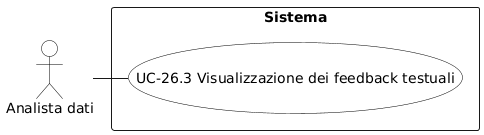
Above: RTB/Analisi dei Requisiti/diagrammi_use_case/UC-26.3.png in aLittleByte-19/Documentazione (PlantUML), before the change.
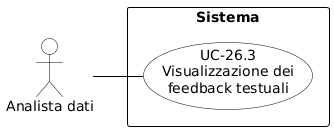
The same diagram one commit later.

Diff of the diagram source:
```diff
@@ -1,20 +1,29 @@
 @startuml
-skinparam backgroundColor white
+skinparam shadowing false
+skinparam defaultFontName Arial
+left to right direction
+skinparam nodesep 15
+skinparam ranksep 50
+
+skinparam usecase {
+    BackgroundColor white
+    BorderColor black
+    ArrowColor black
+}
 skinparam actor {
-  BackgroundColor white
-  BorderColor black
-  FontColor black
+    BackgroundColor white
+    BorderColor black
 }
-skinparam usecase {
-  BackgroundColor white
-  BorderColor black
-  FontColor black
+skinparam rectangle {
+    BorderColor black
+    FontStyle bold
 }
-actor "Analista dati" as A
+
+actor "Analista dati" as AD
 
 rectangle "Sistema" {
-  (UC-26.3 Visualizzazione dei feedback testuali)
+    usecase "UC-26.3\nVisualizzazione dei\nfeedback testuali" as UC26_3
 }
 
-A - (UC-26.3 Visualizzazione dei feedback testuali)
+AD -- UC26_3
 @enduml
```
